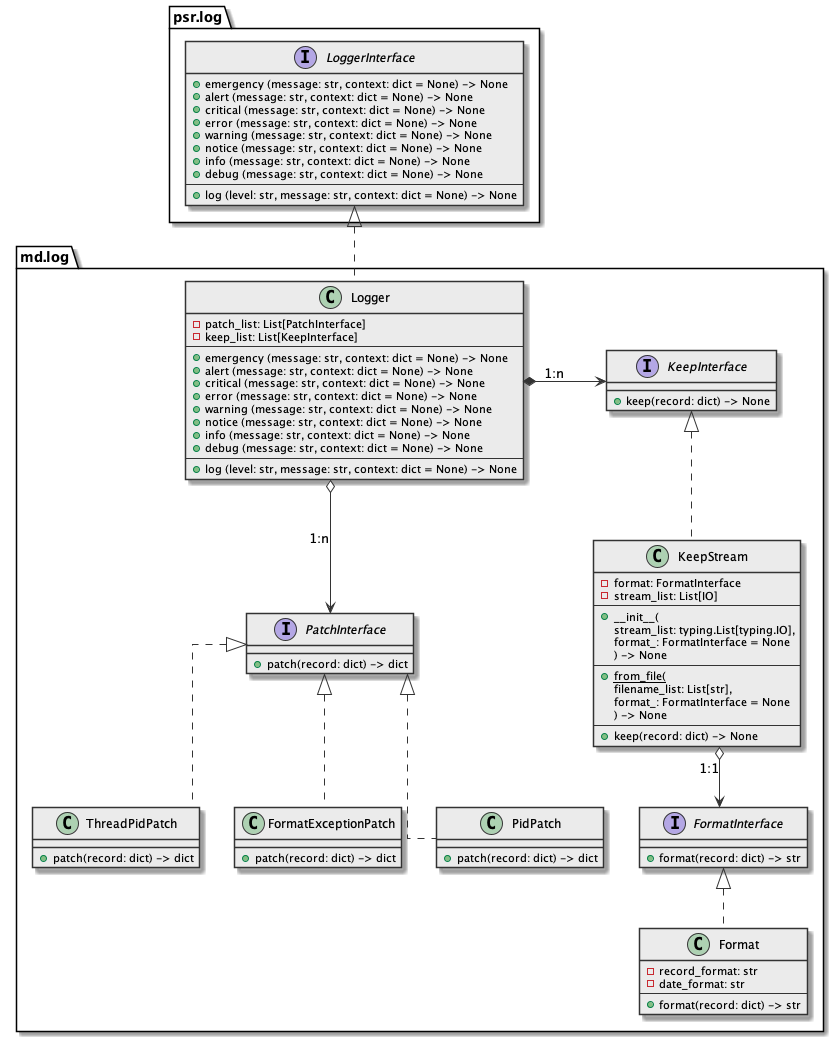
Above: docs/_static/architecture.class-diagram.png in md-py/md.log (PlantUML), before the change.
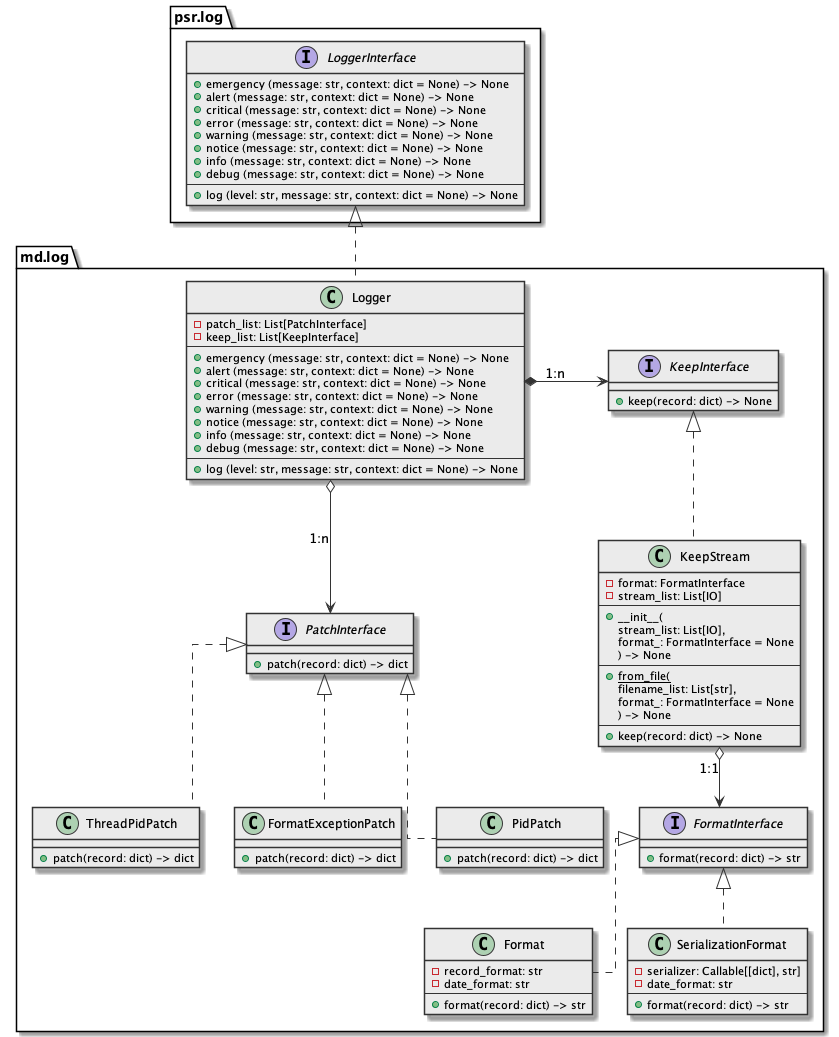
The same file after the commit.

Commit message:
feature: `md.log.SerializationFormat` component implemented, for log entry serialization in any format (e.g. `json`)

What changed in the source:
```diff
@@ -59,6 +59,13 @@
     + format(record: dict) -> str
   }
 
+  class SerializationFormat implements md.log.FormatInterface {
+    - serializer: Callable[[dict], str]
+    - date_format: str
+    ---
+    + format(record: dict) -> str
+  }
+
   class md.log.ThreadPidPatch implements md.log.PatchInterface {
     + patch(record: dict) -> dict
   }
@@ -71,7 +78,7 @@
     - stream_list: List[IO]
     ---
     + __init__(
-        stream_list: typing.List[typing.IO],
+        stream_list: List[IO],
         format_: FormatInterface = None
     ) -> None
     ---
```
